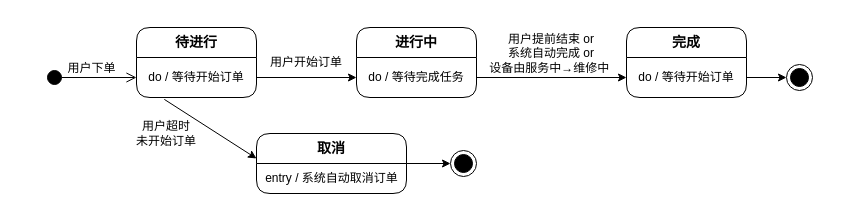
Above: 订单状态机.drawio in mochaDMQ/myPicture (draw.io), before the change. Source tidied: cells renumbered, new cells numbered last; positions are measured from the earlier drawing's top-left corner, leaving out a move shared by most shapes. Both pictures are drawn from the tidied source at 100%, with x=0, y=0 at pixel (46, 27).
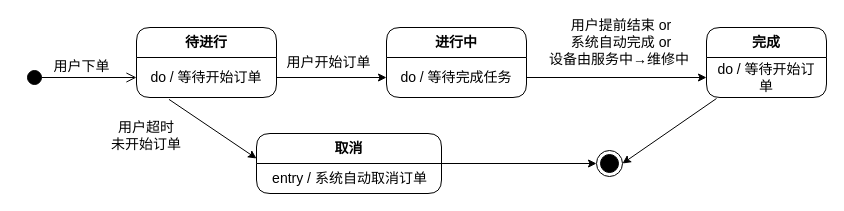
After the change.

Commit message:
更新订单状态机.drawio

The edit, as a diff of the source:
```diff
@@
-    <mxCell id="2" value="&lt;div&gt;&lt;font style=&quot;font-size: 12px;&quot;&gt;用户下单&lt;/font&gt;&lt;/div&gt;" style="html=1;verticalAlign=bottom;startArrow=circle;startFill=1;endArrow=open;startSize=6;endSize=8;curved=0;rounded=0;entryX=0;entryY=0.5;entryDx=0;entryDy=0;" parent="1" edge="1" target="4">
+    <mxCell id="2" value="&lt;div&gt;&lt;font&gt;用户下单&lt;/font&gt;&lt;/div&gt;" style="html=1;verticalAlign=bottom;startArrow=circle;startFill=1;endArrow=open;startSize=6;endSize=8;curved=0;rounded=0;entryX=0;entryY=0.5;entryDx=0;entryDy=0;fontFamily=宋体;fontSize=14;" parent="1" edge="1" target="4">
       <mxGeometry relative="1" as="geometry">
-        <mxPoint y="50" as="sourcePoint" />
+        <mxPoint x="-20" y="50" as="sourcePoint" />
       </mxGeometry>
     </mxCell>
-    <mxCell id="3" value="&lt;div&gt;&lt;span style=&quot;background-color: transparent; color: light-dark(rgb(0, 0, 0), rgb(255, 255, 255));&quot;&gt;&lt;b&gt;&lt;font style=&quot;font-size: 14px;&quot;&gt;待进行&lt;/font&gt;&lt;/b&gt;&lt;/span&gt;&lt;/div&gt;" style="swimlane;fontStyle=0;align=center;verticalAlign=top;horizontal=1;startSize=30;html=1;whiteSpace=wrap;rounded=1;" parent="1" vertex="1">
-      <mxGeometry x="90" width="120" height="70" as="geometry" />
+    <mxCell id="3" value="&lt;div&gt;&lt;span style=&quot;background-color: transparent; color: light-dark(rgb(0, 0, 0), rgb(255, 255, 255));&quot;&gt;&lt;b&gt;&lt;font&gt;待进行&lt;/font&gt;&lt;/b&gt;&lt;/span&gt;&lt;/div&gt;" style="swimlane;fontStyle=0;align=center;verticalAlign=top;horizontal=1;startSize=30;html=1;whiteSpace=wrap;rounded=1;fontFamily=宋体;fontSize=14;" parent="1" vertex="1">
+      <mxGeometry x="90" width="140" height="70" as="geometry" />
     </mxCell>
-    <mxCell id="4" value="do / 等待开始订单" style="text;html=1;strokeColor=none;fillColor=none;align=center;verticalAlign=middle;spacingLeft=4;spacingRight=4;overflow=hidden;points=[[0,0.5],[1,0.5]];portConstraint=eastwest;whiteSpace=wrap;" parent="3" vertex="1">
-      <mxGeometry y="30" width="120" height="40" as="geometry" />
+    <mxCell id="4" value="do / 等待开始订单" style="text;html=1;strokeColor=none;fillColor=none;align=center;verticalAlign=middle;spacingLeft=4;spacingRight=4;overflow=hidden;points=[[0,0.5],[1,0.5]];portConstraint=eastwest;whiteSpace=wrap;fontFamily=宋体;fontSize=14;" parent="3" vertex="1">
+      <mxGeometry y="30" width="140" height="40" as="geometry" />
     </mxCell>
-    <mxCell id="5" value="&lt;div&gt;&lt;span style=&quot;background-color: transparent; color: light-dark(rgb(0, 0, 0), rgb(255, 255, 255));&quot;&gt;&lt;b&gt;&lt;font style=&quot;font-size: 14px;&quot;&gt;进行中&lt;/font&gt;&lt;/b&gt;&lt;/span&gt;&lt;/div&gt;" style="swimlane;fontStyle=0;align=center;verticalAlign=top;horizontal=1;startSize=30;html=1;whiteSpace=wrap;rounded=1;" parent="1" vertex="1">
-      <mxGeometry x="310" width="120" height="70" as="geometry" />
+    <mxCell id="5" value="&lt;div&gt;&lt;span style=&quot;background-color: transparent; color: light-dark(rgb(0, 0, 0), rgb(255, 255, 255));&quot;&gt;&lt;b&gt;&lt;font&gt;进行中&lt;/font&gt;&lt;/b&gt;&lt;/span&gt;&lt;/div&gt;" style="swimlane;fontStyle=0;align=center;verticalAlign=top;horizontal=1;startSize=30;html=1;whiteSpace=wrap;rounded=1;fontFamily=宋体;fontSize=14;" parent="1" vertex="1">
+      <mxGeometry x="340" width="140" height="70" as="geometry" />
     </mxCell>
-    <mxCell id="6" value="do / 等待&lt;span style=&quot;background-color: transparent; color: light-dark(rgb(0, 0, 0), rgb(255, 255, 255));&quot;&gt;完成任务&lt;/span&gt;" style="text;html=1;strokeColor=none;fillColor=none;align=center;verticalAlign=middle;spacingLeft=4;spacingRight=4;overflow=hidden;points=[[0,0.5],[1,0.5]];portConstraint=eastwest;whiteSpace=wrap;" parent="5" vertex="1">
-      <mxGeometry y="30" width="120" height="40" as="geometry" />
+    <mxCell id="6" value="do / 等待&lt;span style=&quot;background-color: transparent; color: light-dark(rgb(0, 0, 0), rgb(255, 255, 255));&quot;&gt;完成任务&lt;/span&gt;" style="text;html=1;strokeColor=none;fillColor=none;align=center;verticalAlign=middle;spacingLeft=4;spacingRight=4;overflow=hidden;points=[[0,0.5],[1,0.5]];portConstraint=eastwest;whiteSpace=wrap;fontFamily=宋体;fontSize=14;" parent="5" vertex="1">
+      <mxGeometry y="30" width="140" height="40" as="geometry" />
     </mxCell>
-    <mxCell id="7" value="&lt;div&gt;&lt;span style=&quot;background-color: transparent; color: light-dark(rgb(0, 0, 0), rgb(255, 255, 255));&quot;&gt;&lt;b&gt;&lt;font style=&quot;font-size: 14px;&quot;&gt;取消&lt;/font&gt;&lt;/b&gt;&lt;/span&gt;&lt;/div&gt;" style="swimlane;fontStyle=0;align=center;verticalAlign=top;horizontal=1;startSize=30;html=1;whiteSpace=wrap;rounded=1;" parent="1" vertex="1">
-      <mxGeometry x="210" y="106" width="150" height="60" as="geometry" />
+    <mxCell id="7" value="&lt;div&gt;&lt;span style=&quot;background-color: transparent; color: light-dark(rgb(0, 0, 0), rgb(255, 255, 255));&quot;&gt;&lt;b&gt;&lt;font&gt;取消&lt;/font&gt;&lt;/b&gt;&lt;/span&gt;&lt;/div&gt;" style="swimlane;fontStyle=0;align=center;verticalAlign=top;horizontal=1;startSize=30;html=1;whiteSpace=wrap;rounded=1;fontFamily=宋体;fontSize=14;" parent="1" vertex="1">
+      <mxGeometry x="210" y="106" width="185" height="60" as="geometry" />
     </mxCell>
-    <mxCell id="8" value="entry / 系统自动取消订单" style="text;html=1;align=center;verticalAlign=middle;strokeColor=none;fillColor=none;" parent="7" vertex="1">
-      <mxGeometry y="30" width="150" height="30" as="geometry" />
+    <mxCell id="8" value="entry / 系统自动取消订单" style="text;html=1;align=center;verticalAlign=middle;strokeColor=none;fillColor=none;fontFamily=宋体;fontSize=14;" parent="7" vertex="1">
+      <mxGeometry y="30" width="185" height="30" as="geometry" />
     </mxCell>
-    <mxCell id="9" value="&lt;div&gt;&lt;span style=&quot;background-color: transparent; color: light-dark(rgb(0, 0, 0), rgb(255, 255, 255));&quot;&gt;&lt;b&gt;&lt;font style=&quot;font-size: 14px;&quot;&gt;完成&lt;/font&gt;&lt;/b&gt;&lt;/span&gt;&lt;/div&gt;" style="swimlane;fontStyle=0;align=center;verticalAlign=top;horizontal=1;startSize=30;html=1;whiteSpace=wrap;rounded=1;" parent="1" vertex="1">
-      <mxGeometry x="580" width="120" height="70" as="geometry" />
+    <mxCell id="9" value="&lt;div&gt;&lt;span style=&quot;background-color: transparent; color: light-dark(rgb(0, 0, 0), rgb(255, 255, 255));&quot;&gt;&lt;b&gt;&lt;font&gt;完成&lt;/font&gt;&lt;/b&gt;&lt;/span&gt;&lt;/div&gt;" style="swimlane;fontStyle=0;align=center;verticalAlign=top;horizontal=1;startSize=30;html=1;whiteSpace=wrap;rounded=1;fontFamily=宋体;fontSize=14;" parent="1" vertex="1">
+      <mxGeometry x="660" width="120" height="70" as="geometry" />
     </mxCell>
-    <mxCell id="10" value="do / 等待开始订单" style="text;html=1;strokeColor=none;fillColor=none;align=center;verticalAlign=middle;spacingLeft=4;spacingRight=4;overflow=hidden;points=[[0,0.5],[1,0.5]];portConstraint=eastwest;whiteSpace=wrap;" parent="9" vertex="1">
+    <mxCell id="10" value="do / 等待开始订单" style="text;html=1;strokeColor=none;fillColor=none;align=center;verticalAlign=middle;spacingLeft=4;spacingRight=4;overflow=hidden;points=[[0,0.5],[1,0.5]];portConstraint=eastwest;whiteSpace=wrap;fontFamily=宋体;fontSize=14;" parent="9" vertex="1">
       <mxGeometry y="30" width="120" height="40" as="geometry" />
     </mxCell>
-    <mxCell id="11" style="edgeStyle=orthogonalEdgeStyle;rounded=0;jettySize=auto;html=1;exitX=1;exitY=0.5;exitDx=0;exitDy=0;entryX=0;entryY=0.5;entryDx=0;entryDy=0;" parent="1" edge="1" source="4" target="6">
+    <mxCell id="11" style="edgeStyle=orthogonalEdgeStyle;rounded=0;jettySize=auto;html=1;exitX=1;exitY=0.5;exitDx=0;exitDy=0;entryX=0;entryY=0.5;entryDx=0;entryDy=0;fontFamily=宋体;fontSize=14;" parent="1" edge="1" source="4" target="6">
       <mxGeometry relative="1" as="geometry" />
     </mxCell>
-    <mxCell id="12" style="edgeStyle=orthogonalEdgeStyle;rounded=0;jettySize=auto;html=1;exitX=1;exitY=0.5;exitDx=0;exitDy=0;entryX=0;entryY=0.5;entryDx=0;entryDy=0;" parent="1" edge="1" source="6" target="10">
+    <mxCell id="12" style="edgeStyle=orthogonalEdgeStyle;rounded=0;jettySize=auto;html=1;exitX=1;exitY=0.5;exitDx=0;exitDy=0;entryX=0;entryY=0.5;entryDx=0;entryDy=0;fontFamily=宋体;fontSize=14;" parent="1" edge="1" source="6" target="10">
       <mxGeometry relative="1" as="geometry" />
     </mxCell>
-    <mxCell id="13" style="ellipse;html=1;shape=endState;fillColor=strokeColor;" parent="1" vertex="1">
-      <mxGeometry x="740" y="37" width="26" height="26" as="geometry" />
-    </mxCell>
-    <mxCell id="14" value="用户开始订单" style="text;html=1;align=center;verticalAlign=middle;whiteSpace=wrap;rounded=0;spacing=0;" parent="1" vertex="1">
-      <mxGeometry x="225" y="20" width="70" height="30" as="geometry" />
+    <mxCell id="14" value="用户开始订单" style="text;html=1;align=center;verticalAlign=middle;whiteSpace=wrap;rounded=0;spacing=0;fontFamily=宋体;fontSize=14;" parent="1" vertex="1">
+      <mxGeometry x="235" y="20" width="95" height="30" as="geometry" />
     </mxCell>
-    <mxCell id="15" value="用户提前结束 or&lt;div&gt;系统自动完成 or&lt;/div&gt;&lt;div&gt;设备由服务中→维修中&amp;nbsp;&lt;/div&gt;" style="text;html=1;align=center;verticalAlign=middle;whiteSpace=wrap;rounded=0;spacing=0;" parent="1" vertex="1">
-      <mxGeometry x="440" y="11" width="130" height="30" as="geometry" />
+    <mxCell id="15" value="用户提前结束 or&lt;div&gt;系统自动完成 or&lt;/div&gt;&lt;div&gt;设备由服务中→维修中&amp;nbsp;&lt;/div&gt;" style="text;html=1;align=center;verticalAlign=middle;whiteSpace=wrap;rounded=0;spacing=0;fontFamily=宋体;fontSize=14;" parent="1" vertex="1">
+      <mxGeometry x="490" width="170" height="30" as="geometry" />
     </mxCell>
-    <mxCell id="16" style="edgeStyle=orthogonalEdgeStyle;rounded=0;jettySize=auto;html=1;exitX=1;exitY=0.5;exitDx=0;exitDy=0;entryX=0;entryY=0.5;entryDx=0;entryDy=0;" parent="1" edge="1" source="10" target="13">
-      <mxGeometry relative="1" as="geometry" />
-    </mxCell>
-    <mxCell id="17" style="endArrow=classic;html=1;rounded=0;exitX=0.232;exitY=1.047;exitDx=0;exitDy=0;exitPerimeter=0;" parent="1" edge="1" source="4">
+    <mxCell id="17" style="endArrow=classic;html=1;rounded=0;exitX=0.232;exitY=1.047;exitDx=0;exitDy=0;exitPerimeter=0;fontFamily=宋体;fontSize=14;" parent="1" edge="1" source="4">
       <mxGeometry relative="1" as="geometry">
         <mxPoint x="210" y="131" as="targetPoint" />
       </mxGeometry>
     </mxCell>
-    <mxCell id="18" value="用户超时&lt;div&gt;未开始订单&lt;/div&gt;" style="text;html=1;align=center;verticalAlign=middle;whiteSpace=wrap;rounded=0;" parent="1" vertex="1">
-      <mxGeometry x="80" y="91" width="80" height="30" as="geometry" />
+    <mxCell id="18" value="用户超时&lt;div&gt;未开始订单&lt;/div&gt;" style="text;html=1;align=center;verticalAlign=middle;whiteSpace=wrap;rounded=0;fontFamily=宋体;fontSize=14;" parent="1" vertex="1">
+      <mxGeometry x="60" y="93" width="80" height="30" as="geometry" />
     </mxCell>
-    <mxCell id="19" style="ellipse;html=1;shape=endState;fillColor=strokeColor;" parent="1" vertex="1">
-      <mxGeometry x="404" y="123" width="26" height="26" as="geometry" />
+    <mxCell id="19" style="ellipse;html=1;shape=endState;fillColor=strokeColor;fontFamily=宋体;fontSize=14;" parent="1" vertex="1">
+      <mxGeometry x="550" y="123" width="26" height="26" as="geometry" />
     </mxCell>
-    <mxCell id="20" style="endArrow=classic;html=1;rounded=0;entryX=0;entryY=0.5;entryDx=0;entryDy=0;" parent="1" edge="1" target="19">
+    <mxCell id="20" style="endArrow=classic;html=1;rounded=0;entryX=0;entryY=0.5;entryDx=0;entryDy=0;fontFamily=宋体;fontSize=14;" parent="1" edge="1" target="19">
       <mxGeometry relative="1" as="geometry">
         <mxPoint x="360" y="136" as="sourcePoint" />
       </mxGeometry>
     </mxCell>
+    <mxCell id="21" style="endArrow=classic;html=1;rounded=0;entryX=1;entryY=0.5;entryDx=0;entryDy=0;" parent="1" edge="1" target="19">
+      <mxGeometry relative="1" as="geometry">
+        <mxPoint x="670" y="71" as="sourcePoint" />
+      </mxGeometry>
+    </mxCell>
```
